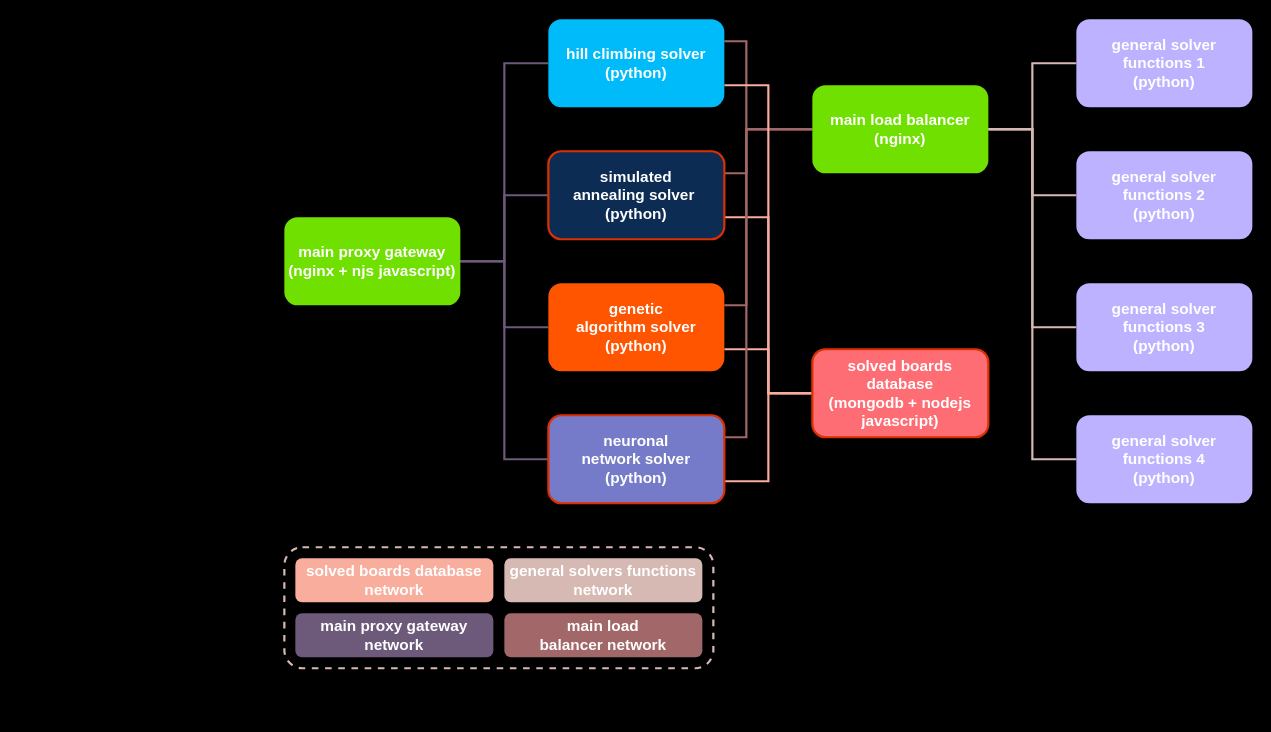
The draw.io diagram images/sudoku_solver.drawio in joseesco24/sudoku_solver, before the edit. Source tidied: cells renumbered, new cells numbered last; positions are measured from the earlier drawing's top-left corner, leaving out a move shared by most shapes. Both pictures are drawn from the tidied source at 110%, with x=0, y=0 at pixel (284, 19).
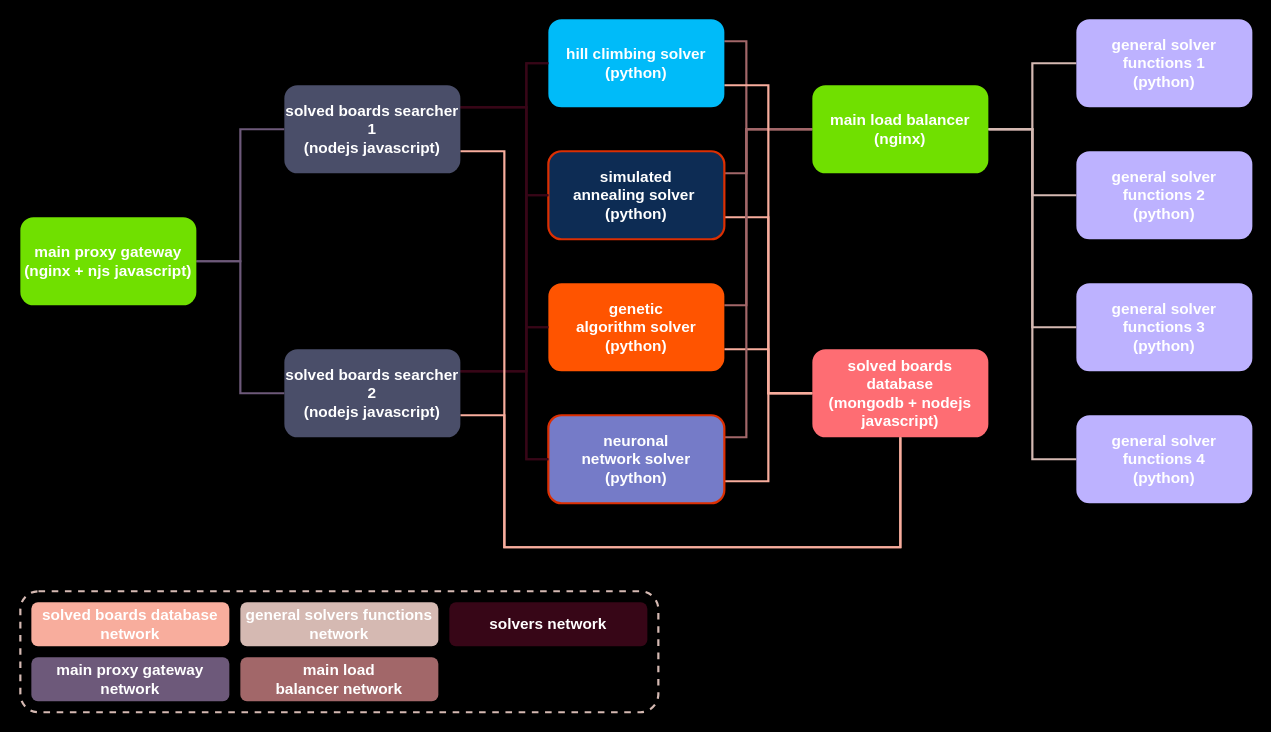
Above is the later version.

Commit message (it also covers changes not shown here):
nuevo diseño de la arquitectura con un nuevo modulo intermedio entre el proxy y los solvers

Unchanged cells that the change refers to:
```xml
<mxCell id="10" value="&lt;b&gt;&lt;font color=&quot;#ffffff&quot;&gt;&lt;span style=&quot;font-size: 14px&quot;&gt;simulated annealing&amp;nbsp;solver&amp;nbsp;&lt;br&gt;&lt;/span&gt;&lt;/font&gt;&lt;span style=&quot;color: rgb(255 , 255 , 255) ; font-size: 14px&quot;&gt;(python)&lt;/span&gt;&lt;/b&gt;" style="rounded=1;whiteSpace=wrap;html=1;strokeWidth=2;fillColor=#0d2c54;strokeColor=#dc2f02;" parent="1" vertex="1">
  <mxGeometry x="240" y="120" width="160" height="80" as="geometry" />
</mxCell>
<mxCell id="13" value="&lt;font color=&quot;#ffffff&quot;&gt;&lt;span style=&quot;font-size: 14px&quot;&gt;&lt;b&gt;genetic algorithm&amp;nbsp;solver (python)&lt;/b&gt;&lt;/span&gt;&lt;/font&gt;" style="rounded=1;whiteSpace=wrap;html=1;strokeWidth=2;fillColor=#ff5400;strokeColor=none;" parent="1" vertex="1">
  <mxGeometry x="240" y="240" width="160" height="80" as="geometry" />
</mxCell>
<mxCell id="16" value="&lt;font color=&quot;#ffffff&quot;&gt;&lt;span style=&quot;font-size: 14px&quot;&gt;&lt;b&gt;neuronal network&amp;nbsp;solver (python)&lt;/b&gt;&lt;/span&gt;&lt;/font&gt;" style="rounded=1;whiteSpace=wrap;html=1;strokeWidth=2;fillColor=#757bc8;strokeColor=#dc2f02;" parent="1" vertex="1">
  <mxGeometry x="240" y="360" width="160" height="80" as="geometry" />
</mxCell>
<mxCell id="19" value="&lt;font color=&quot;#ffffff&quot; style=&quot;font-size: 14px&quot;&gt;&lt;b&gt;hill climbing solver (python)&lt;/b&gt;&lt;br&gt;&lt;/font&gt;" style="rounded=1;whiteSpace=wrap;html=1;strokeWidth=2;fillColor=#00bbf9;strokeColor=none;" parent="1" vertex="1">
  <mxGeometry x="240" width="160" height="80" as="geometry" />
</mxCell>
```

Change to the diagram source:
```diff
@@
     <mxCell id="2" style="rounded=1;whiteSpace=wrap;html=1;fillColor=none;strokeWidth=2;strokeColor=#D5B9B2;dashed=1;" parent="1" vertex="1">
-      <mxGeometry y="480" width="390" height="110" as="geometry" />
+      <mxGeometry x="-240" y="520" width="580" height="110" as="geometry" />
     </mxCell>
-    <mxCell id="3" style="edgeStyle=orthogonalEdgeStyle;rounded=0;jettySize=auto;html=1;exitX=1;exitY=0.5;exitDx=0;exitDy=0;entryX=0;entryY=0.5;entryDx=0;entryDy=0;endArrow=none;endFill=0;strokeWidth=2;strokeColor=#6d597a;" parent="1" edge="1" source="7" target="10">
-      <mxGeometry relative="1" as="geometry" />
-    </mxCell>
-    <mxCell id="4" style="edgeStyle=orthogonalEdgeStyle;rounded=0;jettySize=auto;html=1;exitX=1;exitY=0.5;exitDx=0;exitDy=0;entryX=0;entryY=0.5;entryDx=0;entryDy=0;endArrow=none;endFill=0;strokeWidth=2;strokeColor=#6d597a;" parent="1" edge="1" source="7" target="13">
-      <mxGeometry relative="1" as="geometry" />
-    </mxCell>
-    <mxCell id="5" style="edgeStyle=orthogonalEdgeStyle;rounded=0;jettySize=auto;html=1;exitX=1;exitY=0.5;exitDx=0;exitDy=0;entryX=0;entryY=0.5;entryDx=0;entryDy=0;endArrow=none;endFill=0;strokeWidth=2;strokeColor=#6d597a;" parent="1" edge="1" source="7" target="19">
-      <mxGeometry relative="1" as="geometry" />
-    </mxCell>
-    <mxCell id="6" style="edgeStyle=orthogonalEdgeStyle;rounded=0;jettySize=auto;html=1;exitX=1;exitY=0.5;exitDx=0;exitDy=0;entryX=0;entryY=0.5;entryDx=0;entryDy=0;endArrow=none;endFill=0;strokeWidth=2;strokeColor=#6d597a;" parent="1" edge="1" source="7" target="16">
-      <mxGeometry relative="1" as="geometry" />
-    </mxCell>
+    <mxCell id="34" style="edgeStyle=orthogonalEdgeStyle;rounded=0;jettySize=auto;html=1;exitX=1;exitY=0.5;exitDx=0;exitDy=0;entryX=0;entryY=0.5;entryDx=0;entryDy=0;endArrow=none;endFill=0;strokeWidth=2;strokeColor=#6D597A;" parent="1" edge="1" source="7" target="41">
+      <mxGeometry relative="1" as="geometry">
+        <Array as="points">
+          <mxPoint x="-40" y="220" />
+          <mxPoint x="-40" y="340" />
+        </Array>
+      </mxGeometry>
+    </mxCell>
+    <mxCell id="35" style="edgeStyle=orthogonalEdgeStyle;rounded=0;jettySize=auto;html=1;exitX=1;exitY=0.5;exitDx=0;exitDy=0;entryX=0;entryY=0.5;entryDx=0;entryDy=0;endArrow=none;endFill=0;strokeWidth=2;strokeColor=#6D597A;" parent="1" edge="1" source="7" target="48">
+      <mxGeometry relative="1" as="geometry">
+        <Array as="points">
+          <mxPoint x="-40" y="220" />
+          <mxPoint x="-40" y="100" />
+        </Array>
+      </mxGeometry>
+    </mxCell>
     <mxCell id="7" value="&lt;b&gt;&lt;font color=&quot;#ffffff&quot; style=&quot;font-size: 14px&quot;&gt;main proxy gateway&lt;br&gt;(nginx + njs javascript)&lt;br&gt;&lt;/font&gt;&lt;/b&gt;" style="rounded=1;whiteSpace=wrap;html=1;strokeWidth=2;fillColor=#70e000;strokeColor=none;" parent="1" vertex="1">
-      <mxGeometry y="180" width="160" height="80" as="geometry" />
+      <mxGeometry x="-240" y="180" width="160" height="80" as="geometry" />
     </mxCell>
@@
-    <mxCell id="25" value="&lt;font color=&quot;#ffffff&quot;&gt;&lt;span style=&quot;font-size: 14px&quot;&gt;&lt;b&gt;solved boards database &lt;br&gt;(mongodb + nodejs javascript)&lt;/b&gt;&lt;/span&gt;&lt;/font&gt;" style="rounded=1;whiteSpace=wrap;html=1;strokeWidth=2;glass=0;shadow=0;sketch=0;fillColor=#fe6d73;strokeColor=#dc2f02;" parent="1" vertex="1">
+    <mxCell id="25" value="&lt;font color=&quot;#ffffff&quot;&gt;&lt;span style=&quot;font-size: 14px&quot;&gt;&lt;b&gt;solved boards database &lt;br&gt;(mongodb + nodejs javascript)&lt;/b&gt;&lt;/span&gt;&lt;/font&gt;" style="rounded=1;whiteSpace=wrap;html=1;strokeWidth=2;glass=0;shadow=0;sketch=0;fillColor=#fe6d73;strokeColor=none;" parent="1" vertex="1">
       <mxGeometry x="480" y="300" width="160" height="80" as="geometry" />
     </mxCell>
@@
     <mxCell id="30" value="&lt;b&gt;&lt;font style=&quot;font-size: 14px&quot;&gt;main proxy gateway network&lt;/font&gt;&lt;/b&gt;" style="text;html=1;strokeColor=none;align=center;verticalAlign=middle;whiteSpace=wrap;rounded=1;shadow=0;glass=0;sketch=0;fontColor=#FFFFFF;fillColor=#6d597a;" parent="1" vertex="1">
-      <mxGeometry x="10" y="540" width="180" height="40" as="geometry" />
+      <mxGeometry x="-230" y="580" width="180" height="40" as="geometry" />
     </mxCell>
     <mxCell id="31" value="&lt;font&gt;&lt;span style=&quot;font-size: 14px&quot;&gt;&lt;b&gt;solved boards database network&lt;/b&gt;&lt;/span&gt;&lt;/font&gt;" style="text;html=1;strokeColor=none;align=center;verticalAlign=middle;whiteSpace=wrap;rounded=1;shadow=0;glass=0;sketch=0;fontColor=#FFFFFF;fillColor=#F8AD9D;" parent="1" vertex="1">
-      <mxGeometry x="10" y="490" width="180" height="40" as="geometry" />
+      <mxGeometry x="-230" y="530" width="180" height="40" as="geometry" />
     </mxCell>
     <mxCell id="32" value="&lt;font&gt;&lt;span style=&quot;font-size: 14px&quot;&gt;&lt;b&gt;main load balancer&amp;nbsp;network&lt;/b&gt;&lt;/span&gt;&lt;/font&gt;" style="text;html=1;strokeColor=none;align=center;verticalAlign=middle;whiteSpace=wrap;rounded=1;shadow=0;glass=0;sketch=0;fontColor=#FFFFFF;fillColor=#A26769;" parent="1" vertex="1">
-      <mxGeometry x="200" y="540" width="180" height="40" as="geometry" />
+      <mxGeometry x="-40" y="580" width="180" height="40" as="geometry" />
     </mxCell>
     <mxCell id="33" value="&lt;span style=&quot;font-size: 14px&quot;&gt;&lt;b&gt;general solvers functions network&lt;/b&gt;&lt;/span&gt;" style="text;html=1;strokeColor=none;align=center;verticalAlign=middle;whiteSpace=wrap;rounded=1;shadow=0;glass=0;sketch=0;fontColor=#FFFFFF;fillColor=#D5B9B2;" parent="1" vertex="1">
-      <mxGeometry x="200" y="490" width="180" height="40" as="geometry" />
+      <mxGeometry x="-40" y="530" width="180" height="40" as="geometry" />
     </mxCell>
+    <mxCell id="36" style="edgeStyle=orthogonalEdgeStyle;rounded=0;jettySize=auto;html=1;exitX=1;exitY=0.75;exitDx=0;exitDy=0;entryX=0.5;entryY=1;entryDx=0;entryDy=0;endArrow=none;endFill=0;strokeWidth=2;strokeColor=#F8AD9D;" parent="1" edge="1" source="41" target="25">
+      <mxGeometry relative="1" as="geometry">
+        <Array as="points">
+          <mxPoint x="200" y="360" />
+          <mxPoint x="200" y="480" />
+          <mxPoint x="560" y="480" />
+        </Array>
+      </mxGeometry>
+    </mxCell>
+    <mxCell id="37" style="edgeStyle=orthogonalEdgeStyle;rounded=0;jettySize=auto;html=1;exitX=1;exitY=0.25;exitDx=0;exitDy=0;entryX=0;entryY=0.5;entryDx=0;entryDy=0;endArrow=none;endFill=0;strokeWidth=2;strokeColor=#370617;" parent="1" edge="1" source="41" target="10">
+      <mxGeometry relative="1" as="geometry">
+        <Array as="points">
+          <mxPoint x="220" y="320" />
+          <mxPoint x="220" y="160" />
+        </Array>
+      </mxGeometry>
+    </mxCell>
+    <mxCell id="38" style="edgeStyle=orthogonalEdgeStyle;rounded=0;jettySize=auto;html=1;exitX=1;exitY=0.25;exitDx=0;exitDy=0;entryX=0;entryY=0.5;entryDx=0;entryDy=0;endArrow=none;endFill=0;strokeWidth=2;strokeColor=#370617;" parent="1" edge="1" source="41" target="13">
+      <mxGeometry relative="1" as="geometry">
+        <Array as="points">
+          <mxPoint x="220" y="320" />
+          <mxPoint x="220" y="280" />
+        </Array>
+      </mxGeometry>
+    </mxCell>
+    <mxCell id="39" style="edgeStyle=orthogonalEdgeStyle;rounded=0;jettySize=auto;html=1;exitX=1;exitY=0.25;exitDx=0;exitDy=0;entryX=0;entryY=0.5;entryDx=0;entryDy=0;endArrow=none;endFill=0;strokeWidth=2;strokeColor=#370617;" parent="1" edge="1" source="41" target="16">
+      <mxGeometry relative="1" as="geometry">
+        <Array as="points">
+          <mxPoint x="220" y="320" />
+          <mxPoint x="220" y="400" />
+        </Array>
+      </mxGeometry>
+    </mxCell>
+    <mxCell id="40" style="edgeStyle=orthogonalEdgeStyle;rounded=0;jettySize=auto;html=1;exitX=1;exitY=0.25;exitDx=0;exitDy=0;entryX=0;entryY=0.5;entryDx=0;entryDy=0;endArrow=none;endFill=0;strokeWidth=2;strokeColor=#370617;" parent="1" edge="1" source="41" target="19">
+      <mxGeometry relative="1" as="geometry">
+        <Array as="points">
+          <mxPoint x="220" y="320" />
+          <mxPoint x="220" y="40" />
+        </Array>
+      </mxGeometry>
+    </mxCell>
+    <mxCell id="41" value="&lt;font color=&quot;#ffffff&quot;&gt;&lt;span style=&quot;font-size: 14px&quot;&gt;&lt;b&gt;solved boards searcher 2&lt;br&gt;(nodejs javascript)&lt;/b&gt;&lt;/span&gt;&lt;/font&gt;" style="rounded=1;whiteSpace=wrap;html=1;strokeWidth=2;strokeColor=none;fillColor=#4a4e69;" parent="1" vertex="1">
+      <mxGeometry y="300" width="160" height="80" as="geometry" />
+    </mxCell>
+    <mxCell id="42" value="&lt;span style=&quot;font-size: 14px&quot;&gt;&lt;b&gt;solvers network&lt;/b&gt;&lt;/span&gt;" style="text;html=1;strokeColor=none;align=center;verticalAlign=middle;whiteSpace=wrap;rounded=1;shadow=0;glass=0;sketch=0;fontColor=#FFFFFF;fillColor=#370617;" parent="1" vertex="1">
+      <mxGeometry x="150" y="530" width="180" height="40" as="geometry" />
+    </mxCell>
+    <mxCell id="43" style="edgeStyle=orthogonalEdgeStyle;rounded=0;jettySize=auto;html=1;exitX=1;exitY=0.25;exitDx=0;exitDy=0;entryX=0;entryY=0.5;entryDx=0;entryDy=0;endArrow=none;endFill=0;strokeWidth=2;strokeColor=#370617;" parent="1" edge="1" source="48" target="10">
+      <mxGeometry relative="1" as="geometry">
+        <Array as="points">
+          <mxPoint x="220" y="80" />
+          <mxPoint x="220" y="160" />
+        </Array>
+      </mxGeometry>
+    </mxCell>
+    <mxCell id="44" style="edgeStyle=orthogonalEdgeStyle;rounded=0;jettySize=auto;html=1;exitX=1;exitY=0.25;exitDx=0;exitDy=0;entryX=0;entryY=0.5;entryDx=0;entryDy=0;endArrow=none;endFill=0;strokeColor=#370617;strokeWidth=2;" parent="1" edge="1" source="48" target="19">
+      <mxGeometry relative="1" as="geometry">
+        <Array as="points">
+          <mxPoint x="220" y="80" />
+          <mxPoint x="220" y="40" />
+        </Array>
+      </mxGeometry>
+    </mxCell>
+    <mxCell id="45" style="edgeStyle=orthogonalEdgeStyle;rounded=0;jettySize=auto;html=1;exitX=1;exitY=0.25;exitDx=0;exitDy=0;entryX=0;entryY=0.5;entryDx=0;entryDy=0;endArrow=none;endFill=0;strokeColor=#370617;strokeWidth=2;" parent="1" edge="1" source="48" target="13">
+      <mxGeometry relative="1" as="geometry">
+        <Array as="points">
+          <mxPoint x="220" y="80" />
+          <mxPoint x="220" y="280" />
+        </Array>
+      </mxGeometry>
+    </mxCell>
+    <mxCell id="46" style="edgeStyle=orthogonalEdgeStyle;rounded=0;jettySize=auto;html=1;exitX=1;exitY=0.25;exitDx=0;exitDy=0;entryX=0;entryY=0.5;entryDx=0;entryDy=0;endArrow=none;endFill=0;strokeColor=#370617;strokeWidth=2;" parent="1" edge="1" source="48" target="16">
+      <mxGeometry relative="1" as="geometry">
+        <Array as="points">
+          <mxPoint x="220" y="80" />
+          <mxPoint x="220" y="400" />
+        </Array>
+      </mxGeometry>
+    </mxCell>
+    <mxCell id="47" style="edgeStyle=orthogonalEdgeStyle;rounded=0;jettySize=auto;html=1;exitX=1;exitY=0.75;exitDx=0;exitDy=0;entryX=0.5;entryY=1;entryDx=0;entryDy=0;endArrow=none;endFill=0;strokeWidth=2;strokeColor=#F8AD9D;" parent="1" edge="1" source="48" target="25">
+      <mxGeometry relative="1" as="geometry">
+        <Array as="points">
+          <mxPoint x="200" y="120" />
+          <mxPoint x="200" y="480" />
+          <mxPoint x="560" y="480" />
+        </Array>
+      </mxGeometry>
+    </mxCell>
+    <mxCell id="48" value="&lt;font color=&quot;#ffffff&quot;&gt;&lt;span style=&quot;font-size: 14px&quot;&gt;&lt;b&gt;solved boards searcher 1&lt;br&gt;(nodejs javascript)&lt;/b&gt;&lt;/span&gt;&lt;/font&gt;" style="rounded=1;whiteSpace=wrap;html=1;strokeWidth=2;strokeColor=none;fillColor=#4a4e69;" parent="1" vertex="1">
+      <mxGeometry y="60" width="160" height="80" as="geometry" />
+    </mxCell>
```
